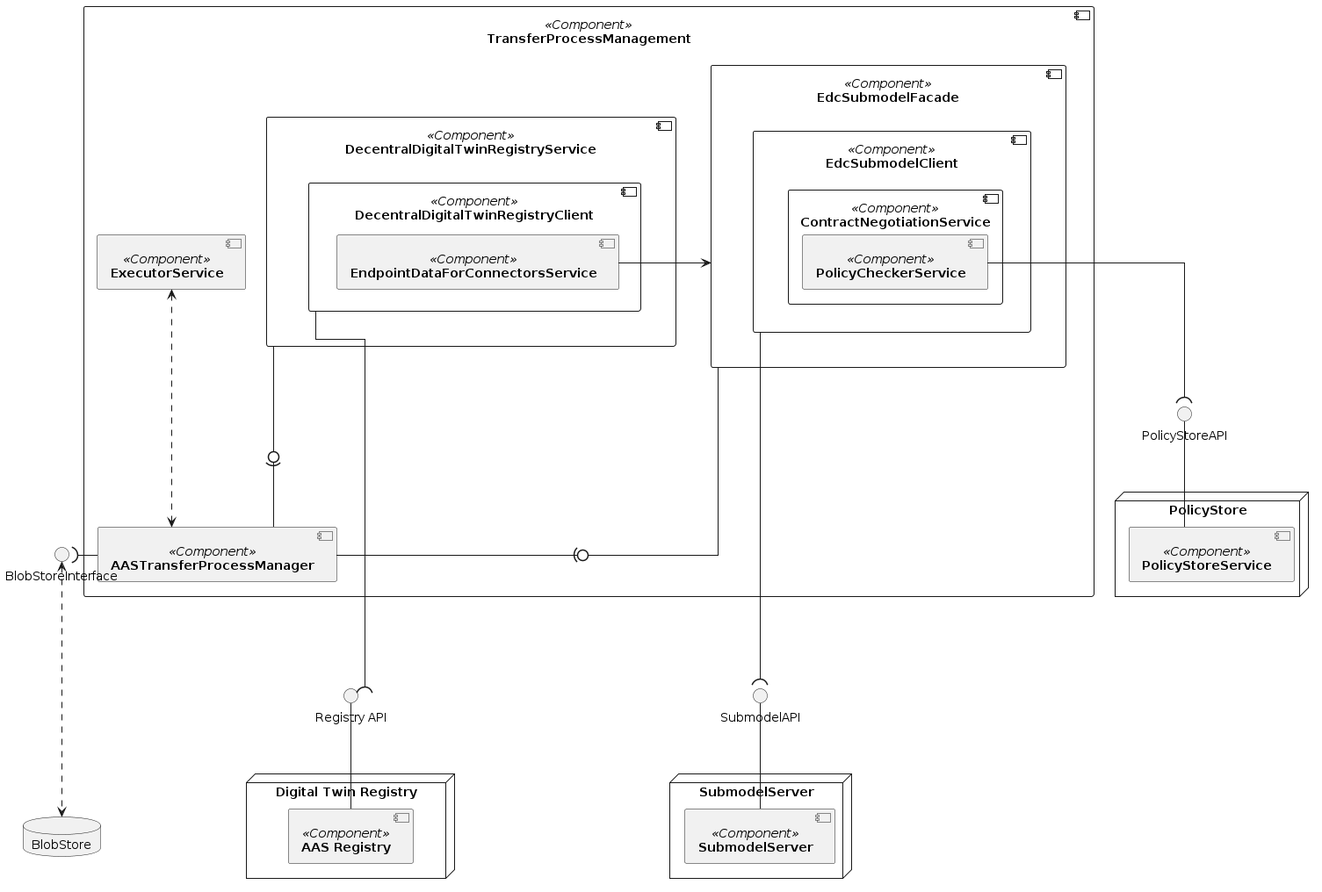
Above: docs/assets/arc42/arc42_006.png in ds-jhartmann/item-relationship-service (PlantUML), before the change.
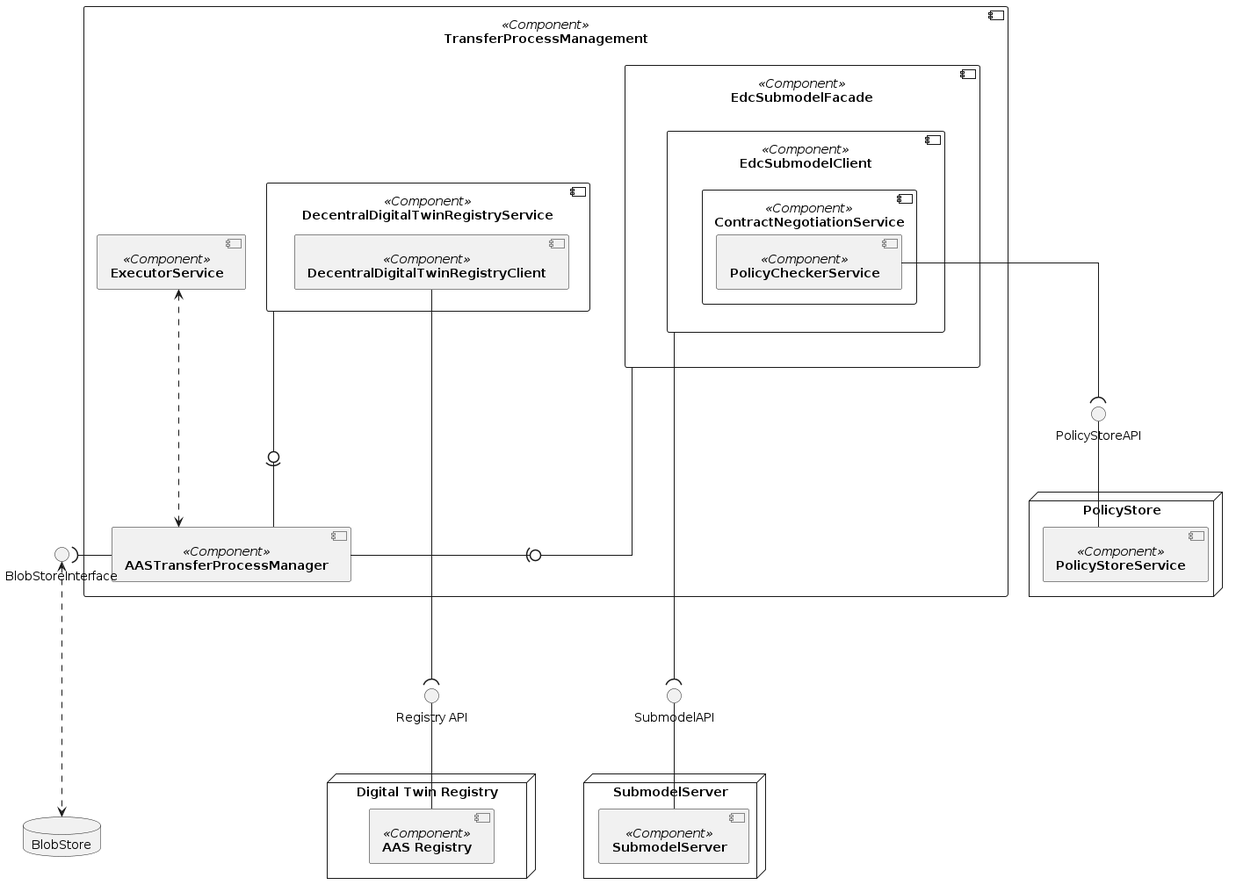
After the commit.

The edit, as a diff of the source:
```diff
@@ -10,9 +10,7 @@
 component [**TransferProcessManagement**] <<Component>> as TransferProcessManagement {
     component [**AASTransferProcessManager**] <<Component>> as TransferProcessManager
     component [**DecentralDigitalTwinRegistryService**] <<Component>> as DTRService {
-        component [**DecentralDigitalTwinRegistryClient**] <<Component>> as DTRClient {
-            component [**EndpointDataForConnectorsService**] <<Component>> as EndpointDataForConnectorsService
-        }
+        component [**DecentralDigitalTwinRegistryClient**] <<Component>> as DTRClient
     }
     component [**EdcSubmodelFacade**] <<Component>> as SubmodelFacade {
         component [**EdcSubmodelClient**] <<Component>> as SubmodelClient {
@@ -51,7 +49,6 @@
 interface "PolicyStoreAPI" as PolicyStoreAPI
 PolicyCheckerService --(  PolicyStoreAPI
 PolicyStoreAPI -- PolicyStoreService
-EndpointDataForConnectorsService -> SubmodelFacade
 
 database BlobStore
 TransferProcessManager -left-( BlobStoreInterface
```
